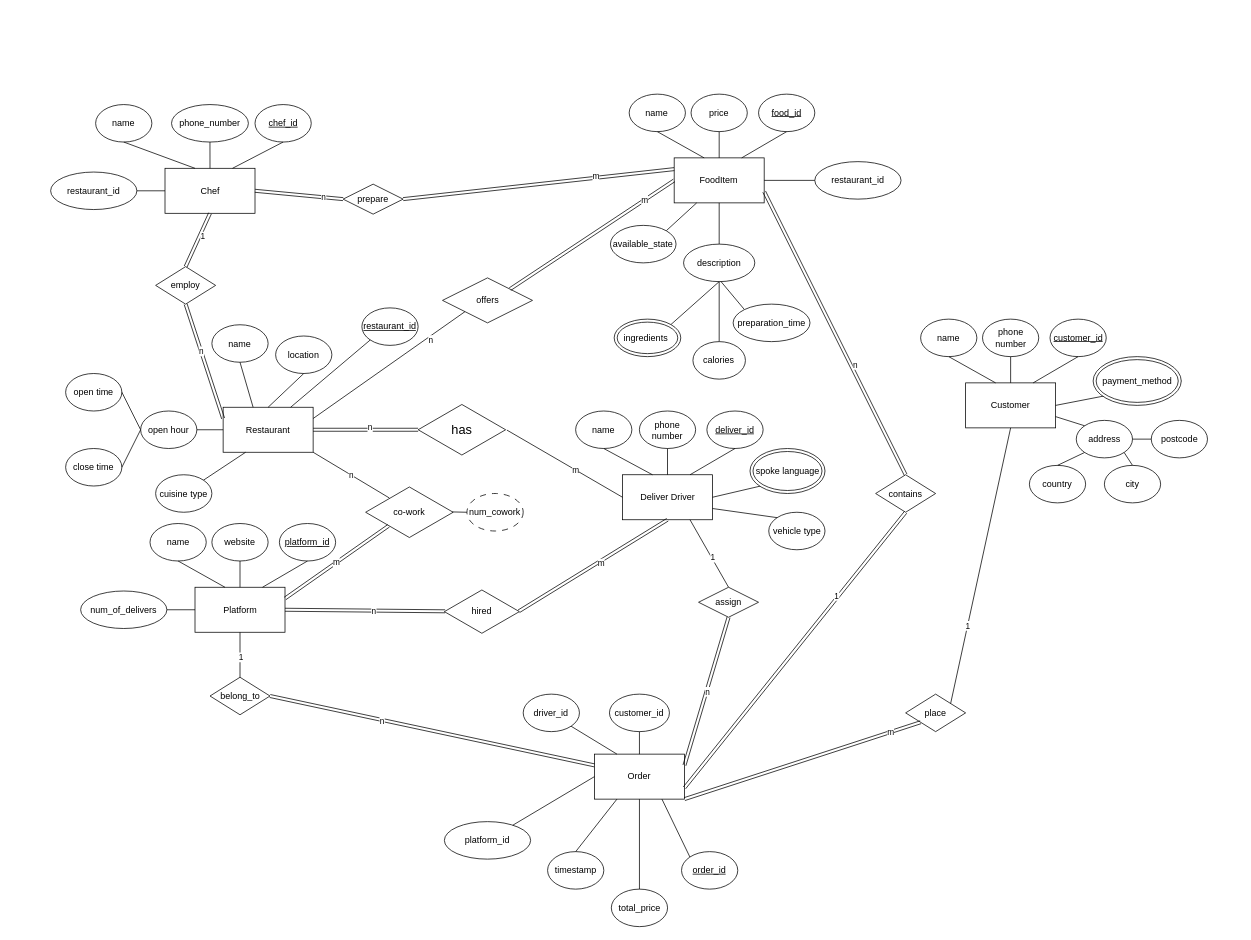
Above: img/assignment1.drawio in MutianLiu110/JavaEESampleProject (draw.io), before the change. Source tidied: cells renumbered, new cells numbered last; positions are measured from the earlier drawing's top-left corner, leaving out a move shared by most shapes. Both pictures are drawn from the tidied source at 75%, with x=0, y=0 at pixel (50, 94).
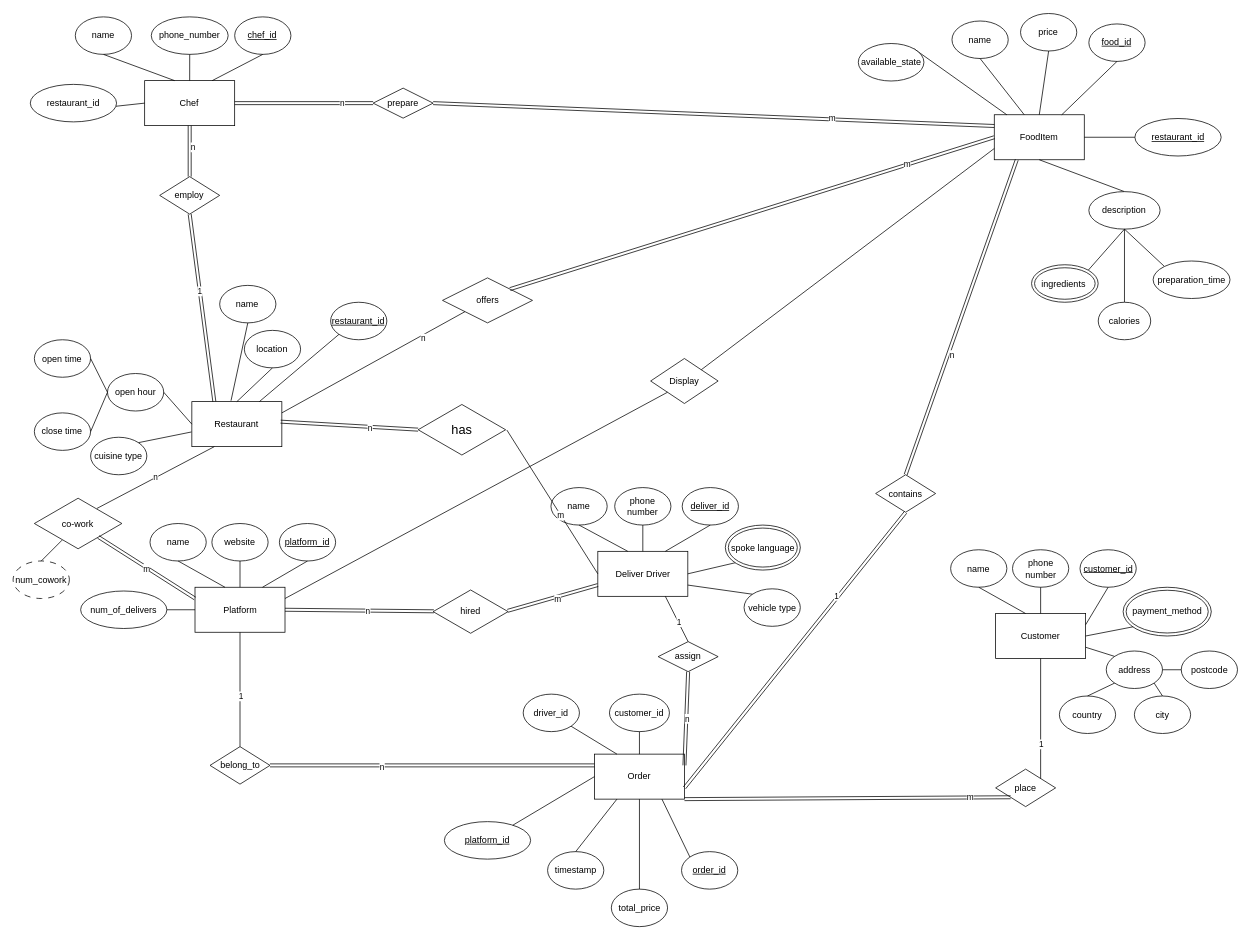
After the change.

Unchanged cells that the change refers to:
```xml
<mxCell id="45" value="Platform" style="rounded=0;whiteSpace=wrap;html=1;" parent="1" vertex="1">
  <mxGeometry x="192.5" y="657.5" width="120" height="60" as="geometry" />
</mxCell>
<mxCell id="74" value="&lt;font style=&quot;font-size: 17px;&quot;&gt;has&lt;/font&gt;" style="html=1;whiteSpace=wrap;shape=isoRectangle;" parent="1" vertex="1">
  <mxGeometry x="490" y="412.5" width="116.7" height="70" as="geometry" />
</mxCell>
<mxCell id="121" value="contains" style="rhombus;whiteSpace=wrap;html=1;" parent="1" vertex="1">
  <mxGeometry x="1100" y="507.5" width="80" height="50" as="geometry" />
</mxCell>
<mxCell id="127" style="endArrow=none;html=1;rounded=0;exitX=0.5;exitY=0;exitDx=0;exitDy=0;entryX=0.5;entryY=1;entryDx=0;entryDy=0;shape=link;" parent="1" edge="1" source="126" target="63">
  <mxGeometry relative="1" as="geometry" />
</mxCell>
```

The edit, as a diff of the source:
```diff
@@
     <mxCell id="2" value="Restaurant" style="rounded=0;whiteSpace=wrap;html=1;" parent="1" vertex="1">
-      <mxGeometry x="230" y="417.5" width="120" height="60" as="geometry" />
+      <mxGeometry x="188.3" y="410" width="120" height="60" as="geometry" />
     </mxCell>
     <mxCell id="3" value="&lt;u&gt;restaurant_id&lt;/u&gt;" style="ellipse;whiteSpace=wrap;html=1;" parent="1" vertex="1">
-      <mxGeometry x="415" y="285" width="75" height="50" as="geometry" />
+      <mxGeometry x="373.3" y="277.5" width="75" height="50" as="geometry" />
     </mxCell>
@@
     <mxCell id="5" value="name" style="ellipse;whiteSpace=wrap;html=1;" parent="1" vertex="1">
-      <mxGeometry x="215" y="307.5" width="75" height="50" as="geometry" />
+      <mxGeometry x="225.4" y="255" width="75" height="50" as="geometry" />
     </mxCell>
     <mxCell id="6" value="location" style="ellipse;whiteSpace=wrap;html=1;" parent="1" vertex="1">
-      <mxGeometry x="300" y="322.5" width="75" height="50" as="geometry" />
+      <mxGeometry x="258.3" y="315" width="75" height="50" as="geometry" />
     </mxCell>
-    <mxCell id="7" style="endArrow=none;html=1;rounded=0;entryX=0.5;entryY=1;entryDx=0;entryDy=0;exitX=0.333;exitY=0;exitDx=0;exitDy=0;exitPerimeter=0;" parent="1" edge="1" source="2" target="5">
+    <mxCell id="7" style="endArrow=none;html=1;rounded=0;entryX=0.5;entryY=1;entryDx=0;entryDy=0;exitX=0.435;exitY=-0.02;exitDx=0;exitDy=0;exitPerimeter=0;" parent="1" edge="1" source="2" target="5">
       <mxGeometry relative="1" as="geometry" />
     </mxCell>
@@
     <mxCell id="9" value="open hour" style="ellipse;whiteSpace=wrap;html=1;" parent="1" vertex="1">
-      <mxGeometry x="120" y="422.5" width="75" height="50" as="geometry" />
+      <mxGeometry x="75.8" y="372.5" width="75" height="50" as="geometry" />
     </mxCell>
@@
     <mxCell id="11" value="open time" style="ellipse;whiteSpace=wrap;html=1;" parent="1" vertex="1">
-      <mxGeometry x="20" y="372.5" width="75" height="50" as="geometry" />
+      <mxGeometry x="-21.7" y="327.5" width="75" height="50" as="geometry" />
     </mxCell>
     <mxCell id="12" value="close time" style="ellipse;whiteSpace=wrap;html=1;" parent="1" vertex="1">
-      <mxGeometry x="20" y="472.5" width="75" height="50" as="geometry" />
+      <mxGeometry x="-21.7" y="425" width="75" height="50" as="geometry" />
     </mxCell>
@@
     <mxCell id="15" value="cuisine type" style="ellipse;whiteSpace=wrap;html=1;" parent="1" vertex="1">
-      <mxGeometry x="140" y="507.5" width="75" height="50" as="geometry" />
+      <mxGeometry x="53.3" y="457.5" width="75" height="50" as="geometry" />
     </mxCell>
-    <mxCell id="16" style="endArrow=none;html=1;rounded=0;exitX=1;exitY=0;exitDx=0;exitDy=0;entryX=0.25;entryY=1;entryDx=0;entryDy=0;" parent="1" edge="1" source="15" target="2">
+    <mxCell id="16" style="endArrow=none;html=1;rounded=0;exitX=1;exitY=0;exitDx=0;exitDy=0;entryX=-0.004;entryY=0.674;entryDx=0;entryDy=0;entryPerimeter=0;" parent="1" edge="1" source="15" target="2">
       <mxGeometry relative="1" as="geometry" />
     </mxCell>
     <mxCell id="17" value="Deliver Driver" style="rounded=0;whiteSpace=wrap;html=1;" parent="1" vertex="1">
-      <mxGeometry x="762.5" y="507.5" width="120" height="60" as="geometry" />
+      <mxGeometry x="729.6" y="609.6" width="120" height="60" as="geometry" />
     </mxCell>
     <mxCell id="18" value="&lt;u&gt;deliver_id&lt;/u&gt;" style="ellipse;whiteSpace=wrap;html=1;" parent="1" vertex="1">
-      <mxGeometry x="875" y="422.5" width="75" height="50" as="geometry" />
+      <mxGeometry x="842.1" y="524.6" width="75" height="50" as="geometry" />
     </mxCell>
@@
     <mxCell id="20" value="name" style="ellipse;whiteSpace=wrap;html=1;" parent="1" vertex="1">
-      <mxGeometry x="700" y="422.5" width="75" height="50" as="geometry" />
+      <mxGeometry x="667.1" y="524.6" width="75" height="50" as="geometry" />
     </mxCell>
     <mxCell id="21" value="phone number" style="ellipse;whiteSpace=wrap;html=1;" parent="1" vertex="1">
-      <mxGeometry x="785" y="422.5" width="75" height="50" as="geometry" />
+      <mxGeometry x="752.1" y="524.6" width="75" height="50" as="geometry" />
     </mxCell>
@@
     <mxCell id="25" value="vehicle type" style="ellipse;whiteSpace=wrap;html=1;" parent="1" vertex="1">
-      <mxGeometry x="957.5" y="557.5" width="75" height="50" as="geometry" />
+      <mxGeometry x="924.6" y="659.6" width="75" height="50" as="geometry" />
     </mxCell>
@@
     <mxCell id="27" value="spoke language" style="ellipse;shape=doubleEllipse;whiteSpace=wrap;html=1;" parent="1" vertex="1">
-      <mxGeometry x="932.5" y="472.5" width="100" height="60" as="geometry" />
+      <mxGeometry x="899.6" y="574.6" width="100" height="60" as="geometry" />
     </mxCell>
     <mxCell id="28" value="Customer" style="rounded=0;whiteSpace=wrap;html=1;" parent="1" vertex="1">
-      <mxGeometry x="1220" y="385" width="120" height="60" as="geometry" />
+      <mxGeometry x="1260" y="692.5" width="120" height="60" as="geometry" />
     </mxCell>
     <mxCell id="29" value="&lt;u&gt;customer_id&lt;/u&gt;" style="ellipse;whiteSpace=wrap;html=1;" parent="1" vertex="1">
-      <mxGeometry x="1332.5" y="300" width="75" height="50" as="geometry" />
+      <mxGeometry x="1372.5" y="607.5" width="75" height="50" as="geometry" />
     </mxCell>
-    <mxCell id="30" style="endArrow=none;html=1;rounded=0;entryX=0.5;entryY=1;entryDx=0;entryDy=0;exitX=0.75;exitY=0;exitDx=0;exitDy=0;" parent="1" edge="1" source="28" target="29">
+    <mxCell id="30" style="endArrow=none;html=1;rounded=0;entryX=0.5;entryY=1;entryDx=0;entryDy=0;exitX=1;exitY=0.25;exitDx=0;exitDy=0;" parent="1" edge="1" source="28" target="29">
       <mxGeometry relative="1" as="geometry" />
     </mxCell>
     <mxCell id="31" value="name" style="ellipse;whiteSpace=wrap;html=1;" parent="1" vertex="1">
-      <mxGeometry x="1160" y="300" width="75" height="50" as="geometry" />
+      <mxGeometry x="1200" y="607.5" width="75" height="50" as="geometry" />
     </mxCell>
     <mxCell id="32" value="phone number" style="ellipse;whiteSpace=wrap;html=1;" parent="1" vertex="1">
-      <mxGeometry x="1242.5" y="300" width="75" height="50" as="geometry" />
+      <mxGeometry x="1282.5" y="607.5" width="75" height="50" as="geometry" />
     </mxCell>
@@
     <mxCell id="36" value="address" style="ellipse;whiteSpace=wrap;html=1;" parent="1" vertex="1">
-      <mxGeometry x="1367.5" y="435" width="75" height="50" as="geometry" />
+      <mxGeometry x="1407.5" y="742.5" width="75" height="50" as="geometry" />
     </mxCell>
@@
     <mxCell id="38" value="payment_method" style="ellipse;shape=doubleEllipse;whiteSpace=wrap;html=1;" parent="1" vertex="1">
-      <mxGeometry x="1390" y="350" width="117.5" height="65" as="geometry" />
+      <mxGeometry x="1430" y="657.5" width="117.5" height="65" as="geometry" />
     </mxCell>
     <mxCell id="39" value="country" style="ellipse;whiteSpace=wrap;html=1;" parent="1" vertex="1">
-      <mxGeometry x="1305" y="495" width="75" height="50" as="geometry" />
+      <mxGeometry x="1345" y="802.5" width="75" height="50" as="geometry" />
     </mxCell>
     <mxCell id="40" value="city" style="ellipse;whiteSpace=wrap;html=1;" parent="1" vertex="1">
-      <mxGeometry x="1405" y="495" width="75" height="50" as="geometry" />
+      <mxGeometry x="1445" y="802.5" width="75" height="50" as="geometry" />
     </mxCell>
     <mxCell id="41" value="postcode" style="ellipse;whiteSpace=wrap;html=1;" parent="1" vertex="1">
-      <mxGeometry x="1467.5" y="435" width="75" height="50" as="geometry" />
+      <mxGeometry x="1507.5" y="742.5" width="75" height="50" as="geometry" />
     </mxCell>
@@
-    <mxCell id="61" value="platform_id" style="ellipse;whiteSpace=wrap;html=1;" parent="1" vertex="1">
+    <mxCell id="61" value="&lt;u&gt;platform_id&lt;/u&gt;" style="ellipse;whiteSpace=wrap;html=1;" parent="1" vertex="1">
       <mxGeometry x="525" y="970" width="115" height="50" as="geometry" />
     </mxCell>
@@
     <mxCell id="63" value="Chef" style="rounded=0;whiteSpace=wrap;html=1;" parent="1" vertex="1">
-      <mxGeometry x="152.5" y="98.9" width="120" height="60" as="geometry" />
+      <mxGeometry x="125.4" y="-18" width="120" height="60" as="geometry" />
     </mxCell>
     <mxCell id="64" value="&lt;u&gt;chef_id&lt;/u&gt;" style="ellipse;whiteSpace=wrap;html=1;" parent="1" vertex="1">
-      <mxGeometry x="272.5" y="13.9" width="75" height="50" as="geometry" />
+      <mxGeometry x="245.4" y="-103" width="75" height="50" as="geometry" />
     </mxCell>
@@
     <mxCell id="66" value="name" style="ellipse;whiteSpace=wrap;html=1;" parent="1" vertex="1">
-      <mxGeometry x="60" y="13.9" width="75" height="50" as="geometry" />
+      <mxGeometry x="32.9" y="-103" width="75" height="50" as="geometry" />
     </mxCell>
     <mxCell id="67" value="phone_number" style="ellipse;whiteSpace=wrap;html=1;" parent="1" vertex="1">
-      <mxGeometry x="161.2" y="13.9" width="102.5" height="50" as="geometry" />
+      <mxGeometry x="134.2" y="-103" width="102.5" height="50" as="geometry" />
     </mxCell>
@@
     <mxCell id="70" value="restaurant_id" style="ellipse;whiteSpace=wrap;html=1;" parent="1" vertex="1">
-      <mxGeometry y="103.9" width="115" height="50" as="geometry" />
+      <mxGeometry x="-27.1" y="-13" width="115" height="50" as="geometry" />
     </mxCell>
@@
-    <mxCell id="72" style="edgeStyle=orthogonalEdgeStyle;rounded=0;jettySize=auto;html=1;entryX=1;entryY=0.5;entryDx=0;entryDy=0;shape=link;" parent="1" edge="1" source="74" target="2">
-      <mxGeometry relative="1" as="geometry" />
-    </mxCell>
-    <mxCell id="73" value="n" style="edgeLabel;html=1;align=center;verticalAlign=middle;" parent="72" vertex="1">
-      <mxGeometry x="-0.07" y="-4" relative="1" as="geometry" />
-    </mxCell>
@@
     <mxCell id="77" value="hired" style="html=1;whiteSpace=wrap;shape=isoRectangle;" parent="1" vertex="1">
-      <mxGeometry x="525" y="660" width="100" height="60" as="geometry" />
+      <mxGeometry x="510" y="660" width="100" height="60" as="geometry" />
     </mxCell>
-    <mxCell id="78" style="endArrow=none;html=1;rounded=0;entryX=0.5;entryY=1;entryDx=0;entryDy=0;exitX=0.992;exitY=0.493;exitDx=0;exitDy=0;exitPerimeter=0;shape=link;" parent="1" edge="1" source="77" target="17">
+    <mxCell id="78" style="endArrow=none;html=1;rounded=0;entryX=0;entryY=0.75;entryDx=0;entryDy=0;shape=link;exitX=0.994;exitY=0.482;exitDx=0;exitDy=0;exitPerimeter=0;" parent="1" edge="1" source="77" target="17">
       <mxGeometry relative="1" as="geometry" />
     </mxCell>
@@
     <mxCell id="82" value="FoodItem" style="rounded=0;whiteSpace=wrap;html=1;" parent="1" vertex="1">
-      <mxGeometry x="831.4" y="85" width="120" height="60" as="geometry" />
+      <mxGeometry x="1258.2" y="27.5" width="120" height="60" as="geometry" />
     </mxCell>
     <mxCell id="83" value="&lt;u&gt;food_id&lt;/u&gt;" style="ellipse;whiteSpace=wrap;html=1;" parent="1" vertex="1">
-      <mxGeometry x="943.9" width="75" height="50" as="geometry" />
+      <mxGeometry x="1384.3" y="-93.6" width="75" height="50" as="geometry" />
     </mxCell>
@@
     <mxCell id="85" value="name" style="ellipse;whiteSpace=wrap;html=1;" parent="1" vertex="1">
-      <mxGeometry x="771.4" width="75" height="50" as="geometry" />
+      <mxGeometry x="1201.8" y="-97.5" width="75" height="50" as="geometry" />
     </mxCell>
     <mxCell id="86" value="price" style="ellipse;whiteSpace=wrap;html=1;" parent="1" vertex="1">
-      <mxGeometry x="853.9" width="75" height="50" as="geometry" />
+      <mxGeometry x="1293.2" y="-107.5" width="75" height="50" as="geometry" />
     </mxCell>
@@
-    <mxCell id="89" value="restaurant_id" style="ellipse;whiteSpace=wrap;html=1;" parent="1" vertex="1">
-      <mxGeometry x="1018.9" y="90" width="115" height="50" as="geometry" />
+    <mxCell id="89" value="&lt;u&gt;restaurant_id&lt;/u&gt;" style="ellipse;whiteSpace=wrap;html=1;" parent="1" vertex="1">
+      <mxGeometry x="1445.7" y="32.5" width="115" height="50" as="geometry" />
     </mxCell>
@@
-    <mxCell id="91" style="endArrow=none;html=1;rounded=0;entryX=0.25;entryY=1;entryDx=0;entryDy=0;exitX=1;exitY=0;exitDx=0;exitDy=0;" parent="1" edge="1" source="92" target="82">
+    <mxCell id="91" style="endArrow=none;html=1;rounded=0;entryX=0.14;entryY=0.002;entryDx=0;entryDy=0;exitX=1;exitY=0;exitDx=0;exitDy=0;entryPerimeter=0;" parent="1" edge="1" source="92" target="82">
       <mxGeometry relative="1" as="geometry" />
     </mxCell>
     <mxCell id="92" value="available_state" style="ellipse;whiteSpace=wrap;html=1;" parent="1" vertex="1">
-      <mxGeometry x="746.4" y="175" width="87.5" height="50" as="geometry" />
+      <mxGeometry x="1076.9" y="-67.5" width="87.5" height="50" as="geometry" />
     </mxCell>
@@
     <mxCell id="94" value="description" style="ellipse;whiteSpace=wrap;html=1;" parent="1" vertex="1">
-      <mxGeometry x="843.9" y="200" width="95" height="50" as="geometry" />
+      <mxGeometry x="1384.3" y="130" width="95" height="50" as="geometry" />
     </mxCell>
@@
     <mxCell id="96" value="ingredients&amp;nbsp;" style="ellipse;shape=doubleEllipse;whiteSpace=wrap;html=1;" parent="1" vertex="1">
-      <mxGeometry x="751.4" y="300" width="88.8" height="50" as="geometry" />
+      <mxGeometry x="1307.9" y="227.5" width="88.8" height="50" as="geometry" />
     </mxCell>
@@
     <mxCell id="98" value="calories" style="ellipse;whiteSpace=wrap;html=1;" parent="1" vertex="1">
-      <mxGeometry x="856.4" y="330" width="70" height="50" as="geometry" />
+      <mxGeometry x="1396.8" y="277.5" width="70" height="50" as="geometry" />
     </mxCell>
-    <mxCell id="99" style="endArrow=none;html=1;rounded=0;entryX=0;entryY=0;entryDx=0;entryDy=0;" parent="1" edge="1" target="100">
-      <mxGeometry relative="1" as="geometry">
-        <mxPoint x="893.9" y="250" as="sourcePoint" />
-      </mxGeometry>
+    <mxCell id="99" style="endArrow=none;html=1;rounded=0;entryX=0;entryY=0;entryDx=0;entryDy=0;exitX=0.5;exitY=1;exitDx=0;exitDy=0;" parent="1" edge="1" source="94" target="100">
+      <mxGeometry relative="1" as="geometry" />
     </mxCell>
     <mxCell id="100" value="preparation_time" style="ellipse;whiteSpace=wrap;html=1;" parent="1" vertex="1">
-      <mxGeometry x="910" y="280" width="102.5" height="50" as="geometry" />
+      <mxGeometry x="1470" y="222.5" width="102.5" height="50" as="geometry" />
     </mxCell>
     <mxCell id="101" value="co-work" style="html=1;whiteSpace=wrap;shape=isoRectangle;" parent="1" vertex="1">
-      <mxGeometry x="420" y="522.5" width="116.7" height="70" as="geometry" />
+      <mxGeometry x="-21.7" y="537.5" width="116.7" height="70" as="geometry" />
     </mxCell>
-    <mxCell id="102" value="n" style="endArrow=none;html=1;rounded=0;exitX=1;exitY=1;exitDx=0;exitDy=0;entryX=0.271;entryY=0.228;entryDx=0;entryDy=0;entryPerimeter=0;" parent="1" edge="1" source="2" target="101">
+    <mxCell id="102" value="n" style="endArrow=none;html=1;rounded=0;exitX=0.25;exitY=1;exitDx=0;exitDy=0;entryX=0.714;entryY=0.214;entryDx=0;entryDy=0;entryPerimeter=0;" parent="1" edge="1" source="2" target="101">
       <mxGeometry relative="1" as="geometry" />
     </mxCell>
-    <mxCell id="103" style="endArrow=none;html=1;rounded=0;exitX=1;exitY=0.25;exitDx=0;exitDy=0;entryX=0.263;entryY=0.758;entryDx=0;entryDy=0;entryPerimeter=0;shape=link;" parent="1" edge="1" source="45" target="101">
+    <mxCell id="103" style="endArrow=none;html=1;rounded=0;exitX=0;exitY=0.25;exitDx=0;exitDy=0;entryX=0.731;entryY=0.756;entryDx=0;entryDy=0;entryPerimeter=0;shape=link;" parent="1" edge="1" source="45" target="101">
       <mxGeometry relative="1" as="geometry" />
     </mxCell>
@@
     <mxCell id="105" value="num_cowork" style="ellipse;whiteSpace=wrap;html=1;dashed=1;dashPattern=8 8;" parent="1" vertex="1">
-      <mxGeometry x="555.1" y="532.5" width="75" height="50" as="geometry" />
+      <mxGeometry x="-50" y="622.5" width="75" height="50" as="geometry" />
     </mxCell>
-    <mxCell id="106" style="endArrow=none;html=1;rounded=0;exitX=0.991;exitY=0.494;exitDx=0;exitDy=0;exitPerimeter=0;entryX=0;entryY=0.5;entryDx=0;entryDy=0;" parent="1" edge="1" source="101" target="105">
+    <mxCell id="106" style="endArrow=none;html=1;rounded=0;entryX=0.5;entryY=0;entryDx=0;entryDy=0;exitX=0.317;exitY=0.817;exitDx=0;exitDy=0;exitPerimeter=0;" parent="1" edge="1" source="101" target="105">
       <mxGeometry relative="1" as="geometry" />
     </mxCell>
@@
     <mxCell id="111" value="belong_to" style="rhombus;whiteSpace=wrap;html=1;" parent="1" vertex="1">
-      <mxGeometry x="212.5" y="777.5" width="80" height="50" as="geometry" />
+      <mxGeometry x="212.5" y="870" width="80" height="50" as="geometry" />
     </mxCell>
@@
-    <mxCell id="124" style="endArrow=none;html=1;rounded=0;exitX=1;exitY=0.75;exitDx=0;exitDy=0;entryX=0.5;entryY=0;entryDx=0;entryDy=0;shape=link;" parent="1" edge="1" source="82" target="121">
+    <mxCell id="124" style="endArrow=none;html=1;rounded=0;exitX=0.25;exitY=1;exitDx=0;exitDy=0;entryX=0.5;entryY=0;entryDx=0;entryDy=0;shape=link;" parent="1" edge="1" source="82" target="121">
       <mxGeometry relative="1" as="geometry" />
     </mxCell>
@@
     <mxCell id="126" value="employ" style="rhombus;whiteSpace=wrap;html=1;" parent="1" vertex="1">
-      <mxGeometry x="140" y="230" width="80" height="50" as="geometry" />
+      <mxGeometry x="145.4" y="110" width="80" height="50" as="geometry" />
     </mxCell>
@@
-    <mxCell id="128" value="1" style="edgeLabel;html=1;align=center;verticalAlign=middle;" parent="127" vertex="1">
+    <mxCell id="128" value="n" style="edgeLabel;html=1;align=center;verticalAlign=middle;" parent="127" vertex="1">
       <mxGeometry x="0.17" y="-4" relative="1" as="geometry" />
     </mxCell>
-    <mxCell id="129" style="endArrow=none;html=1;rounded=0;exitX=0;exitY=0.25;exitDx=0;exitDy=0;entryX=0.5;entryY=1;entryDx=0;entryDy=0;shape=link;" parent="1" edge="1" source="2" target="126">
+    <mxCell id="129" style="endArrow=none;html=1;rounded=0;exitX=0.25;exitY=0;exitDx=0;exitDy=0;entryX=0.5;entryY=1;entryDx=0;entryDy=0;shape=link;" parent="1" edge="1" source="2" target="126">
       <mxGeometry relative="1" as="geometry" />
     </mxCell>
-    <mxCell id="130" value="n" style="edgeLabel;html=1;align=center;verticalAlign=middle;" parent="129" vertex="1">
+    <mxCell id="130" value="1" style="edgeLabel;html=1;align=center;verticalAlign=middle;" parent="129" vertex="1">
       <mxGeometry x="0.18" relative="1" as="geometry" />
     </mxCell>
     <mxCell id="131" value="prepare" style="rhombus;whiteSpace=wrap;html=1;" parent="1" vertex="1">
-      <mxGeometry x="390" y="120" width="80" height="40" as="geometry" />
+      <mxGeometry x="430" y="-8" width="80" height="40" as="geometry" />
     </mxCell>
@@
     <mxCell id="136" value="assign" style="rhombus;whiteSpace=wrap;html=1;" parent="1" vertex="1">
-      <mxGeometry x="863.9" y="657.5" width="80" height="40" as="geometry" />
+      <mxGeometry x="810" y="730" width="80" height="40" as="geometry" />
     </mxCell>
@@
     <mxCell id="141" value="place" style="rhombus;whiteSpace=wrap;html=1;" parent="1" vertex="1">
-      <mxGeometry x="1140" y="800" width="80" height="50" as="geometry" />
+      <mxGeometry x="1260" y="900" width="80" height="50" as="geometry" />
     </mxCell>
@@
+    <mxCell id="146" value="Display" style="rhombus;whiteSpace=wrap;html=1;" parent="1" vertex="1">
+      <mxGeometry x="800" y="352.5" width="90" height="60" as="geometry" />
+    </mxCell>
+    <mxCell id="147" style="endArrow=none;html=1;rounded=0;exitX=1;exitY=0.25;exitDx=0;exitDy=0;entryX=0;entryY=1;entryDx=0;entryDy=0;" parent="1" edge="1" source="45" target="146">
+      <mxGeometry relative="1" as="geometry" />
+    </mxCell>
+    <mxCell id="148" style="endArrow=none;html=1;rounded=0;exitX=1;exitY=0;exitDx=0;exitDy=0;entryX=0;entryY=0.75;entryDx=0;entryDy=0;" parent="1" edge="1" source="146" target="82">
+      <mxGeometry relative="1" as="geometry" />
+    </mxCell>
+    <mxCell id="149" style="endArrow=none;html=1;rounded=0;exitX=0.986;exitY=0.445;exitDx=0;exitDy=0;exitPerimeter=0;entryX=0;entryY=0.498;entryDx=0;entryDy=0;entryPerimeter=0;shape=link;" parent="1" edge="1" source="2" target="74">
+      <mxGeometry relative="1" as="geometry" />
+    </mxCell>
+    <mxCell id="73" value="n" style="edgeLabel;html=1;align=center;verticalAlign=middle;" parent="149" vertex="1">
+      <mxGeometry x="0.3" y="-2" relative="1" as="geometry" />
+    </mxCell>
```
